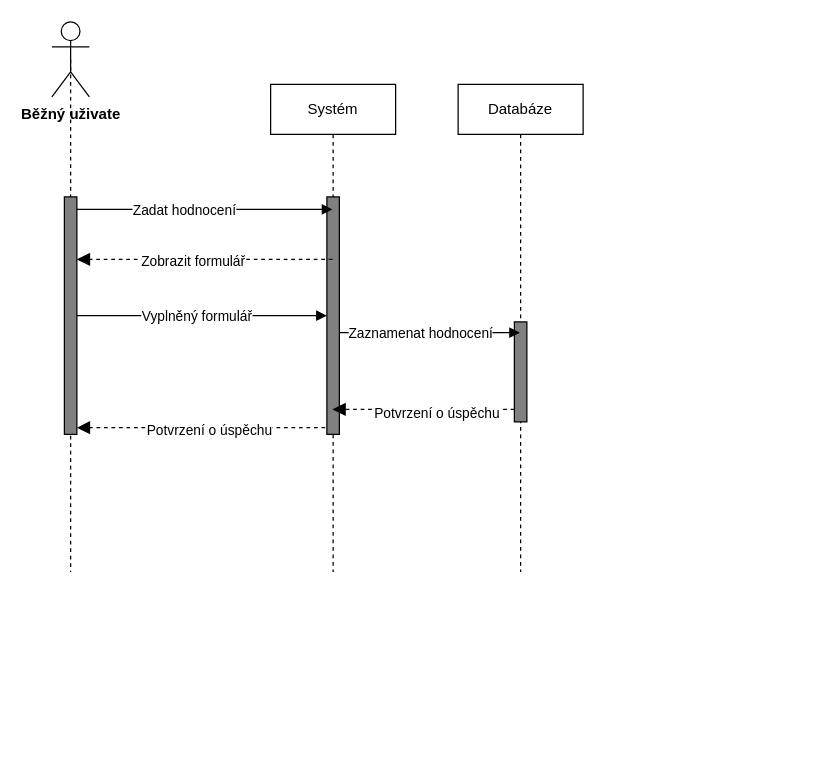
This is page "Hodnocení" (4 of 11) of IUS/IUS_projekt/Sequence.drawio from dan1235689/Diagrams, a draw.io file, before an edit. Source tidied: cells renumbered, new cells numbered last; positions are measured from the earlier drawing's top-left corner, leaving out a move shared by most shapes. Both pictures are drawn from the tidied source at 125%, with x=0, y=0 at pixel (51, 21).
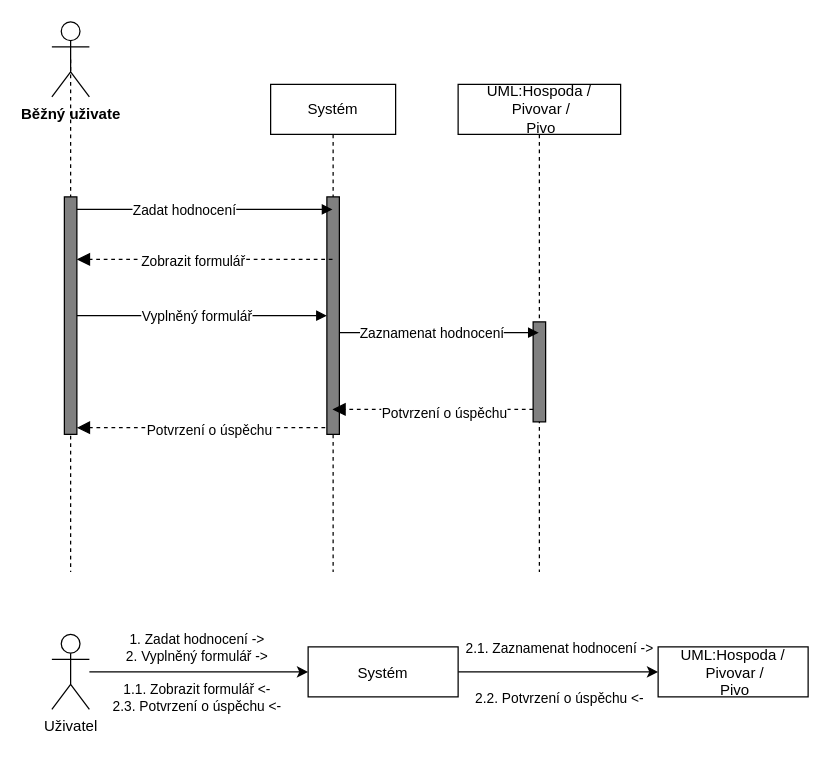
Above is the later version.

Diff of the diagram source:
```diff
@@
-    <mxCell id="16" value="Databáze" style="shape=umlLifeline;perimeter=lifelinePerimeter;whiteSpace=wrap;html=1;outlineConnect=0;" parent="1" vertex="1">
-      <mxGeometry x="325" y="50" width="100" height="390" as="geometry" />
+    <mxCell id="16" value="UML:Hospoda&amp;nbsp;/&lt;br&gt;&amp;nbsp;Pivovar /&lt;br&gt;&amp;nbsp;Pivo" style="shape=umlLifeline;perimeter=lifelinePerimeter;whiteSpace=wrap;html=1;outlineConnect=0;" parent="1" vertex="1">
+      <mxGeometry x="325" y="50" width="130" height="390" as="geometry" />
     </mxCell>
     <mxCell id="17" style="html=1;points=[];perimeter=orthogonalPerimeter;fillColor=#808080;" parent="16" vertex="1">
-      <mxGeometry x="45" y="190" width="10" height="80" as="geometry" />
+      <mxGeometry x="60" y="190" width="10" height="80" as="geometry" />
     </mxCell>
@@
+    <mxCell id="22" style="edgeStyle=none;html=1;exitX=1;exitY=0.5;exitDx=0;exitDy=0;startArrow=none;startFill=0;endArrow=classic;endFill=1;" parent="1" edge="1" source="25" target="26">
+      <mxGeometry relative="1" as="geometry" />
+    </mxCell>
+    <mxCell id="23" value="2.1. Zaznamenat hodnocení -&amp;gt;" style="edgeLabel;html=1;align=center;verticalAlign=middle;" parent="22" vertex="1">
+      <mxGeometry x="-0.18" relative="1" as="geometry">
+        <mxPoint x="14" y="-20" as="offset" />
+      </mxGeometry>
+    </mxCell>
+    <mxCell id="24" value="2.2. Potvrzení o úspěchu &amp;lt;-" style="edgeLabel;html=1;align=center;verticalAlign=middle;" parent="22" vertex="1">
+      <mxGeometry x="-0.13" y="-1" relative="1" as="geometry">
+        <mxPoint x="10" y="19" as="offset" />
+      </mxGeometry>
+    </mxCell>
+    <mxCell id="25" value="Systém" style="fontStyle=0;" parent="1" vertex="1">
+      <mxGeometry x="205" y="500" width="120" height="40" as="geometry" />
+    </mxCell>
+    <mxCell id="26" value="UML:Hospoda /&#10; Pivovar /&#10; Pivo" style="fontStyle=0;" parent="1" vertex="1">
+      <mxGeometry x="485" y="500" width="120" height="40" as="geometry" />
+    </mxCell>
+    <mxCell id="27" style="edgeStyle=none;html=1;" parent="1" edge="1" source="30" target="25">
+      <mxGeometry relative="1" as="geometry" />
+    </mxCell>
+    <mxCell id="28" value="1. Zadat hodnocení -&amp;gt;&lt;br&gt;2. Vyplněný formulář -&amp;gt;" style="edgeLabel;html=1;align=center;verticalAlign=middle;" parent="27" vertex="1">
+      <mxGeometry x="0.15" y="-2" relative="1" as="geometry">
+        <mxPoint x="-16" y="-22" as="offset" />
+      </mxGeometry>
+    </mxCell>
+    <mxCell id="29" value="1.1. Zobrazit formulář &amp;lt;-&lt;br&gt;2.3. Potvrzení o úspěchu &amp;lt;-" style="edgeLabel;html=1;align=center;verticalAlign=middle;" parent="27" vertex="1">
+      <mxGeometry x="0.13" y="-2" relative="1" as="geometry">
+        <mxPoint x="-14" y="18" as="offset" />
+      </mxGeometry>
+    </mxCell>
+    <mxCell id="30" value="Uživatel" style="shape=umlActor;verticalLabelPosition=bottom;verticalAlign=top;html=1;" parent="1" vertex="1">
+      <mxGeometry y="490" width="30" height="60" as="geometry" />
+    </mxCell>
```
